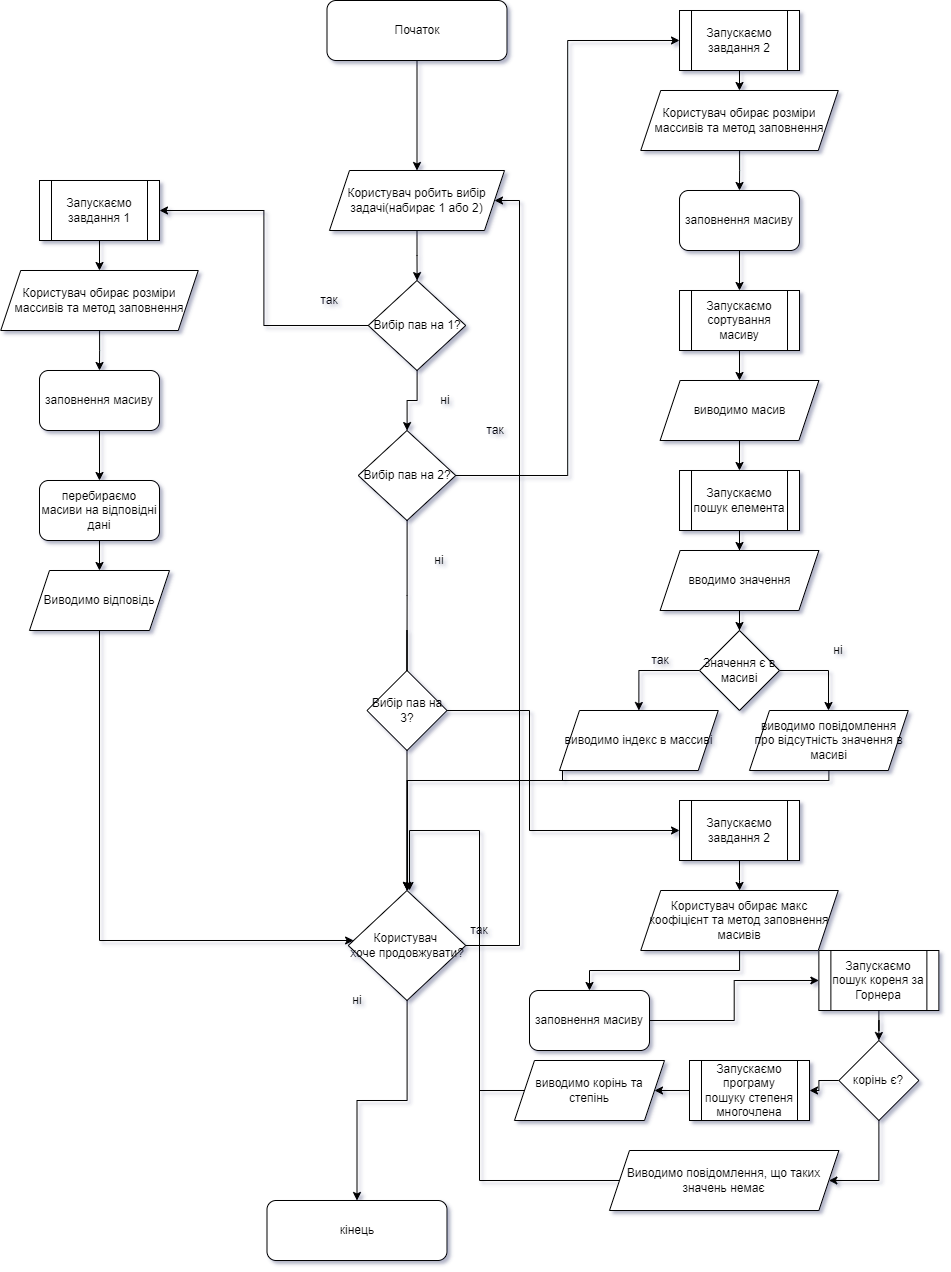
This is Lab7/Lab_img/sheme_lab2.png from FravinCustodianStudent/Op__hlobal, a draw.io export, as it was before one commit. Source tidied: cells renumbered, new cells last; positions are measured from the earlier drawing's top-left corner, leaving out a move shared by most shapes.
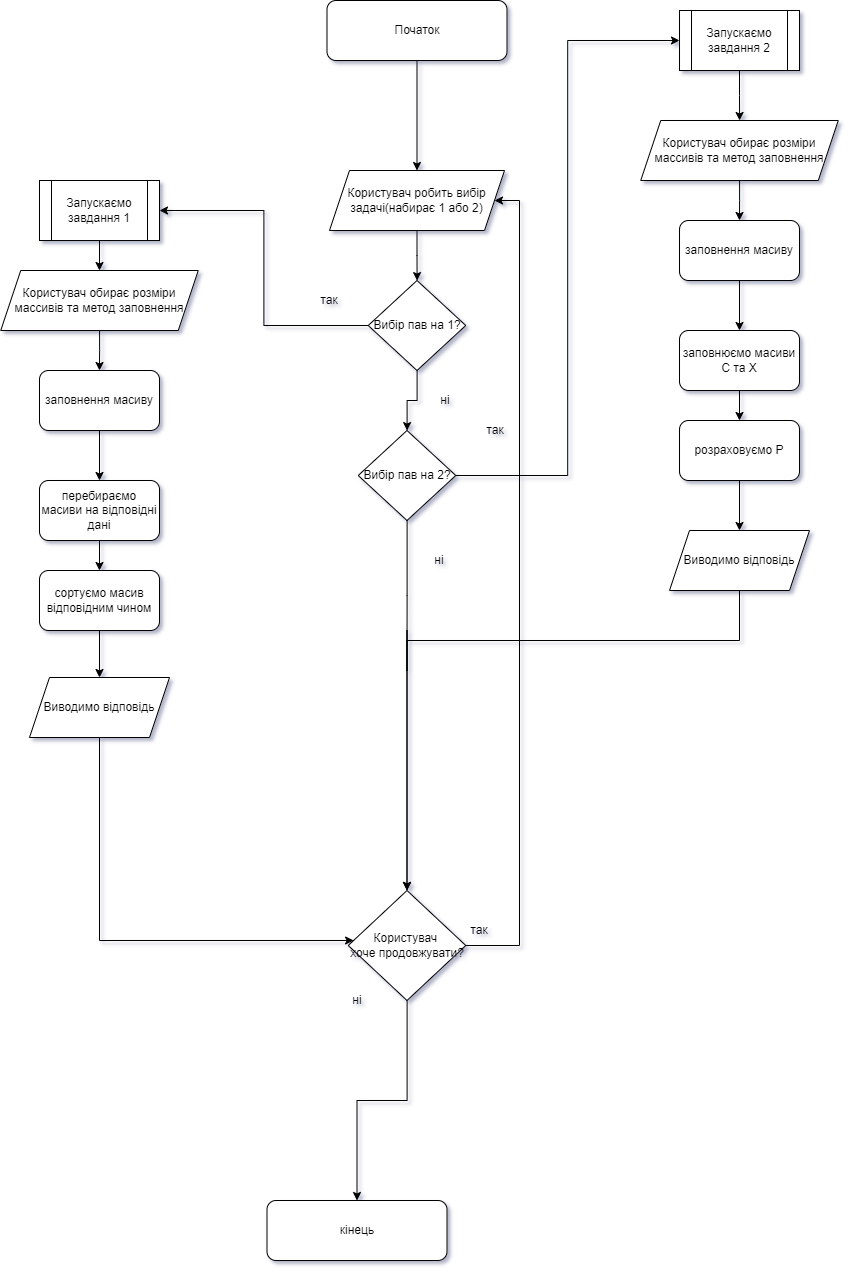
Later version of the same file.

Change to the diagram source:
```diff
@@ -35,8 +35,9 @@
     <mxCell id="12" value="Користувач обирає розміри массивів та метод заповнення" style="shape=parallelogram;perimeter=parallelogramPerimeter;whiteSpace=wrap;html=1;fixedSize=1;" parent="1" vertex="1">
       <mxGeometry x="0.2" y="270" width="197.5" height="60" as="geometry" />
     </mxCell>
-    <mxCell id="13" style="edgeStyle=orthogonalEdgeStyle;rounded=0;jettySize=auto;html=1;startArrow=none;" parent="1" edge="1" source="33" target="18">
+    <mxCell id="13" style="edgeStyle=orthogonalEdgeStyle;rounded=0;jettySize=auto;html=1;startArrow=none;" parent="1" edge="1" target="18">
       <mxGeometry relative="1" as="geometry">
+        <mxPoint x="406.5" y="670" as="sourcePoint" />
         <Array as="points">
           <mxPoint x="407" y="630" />
           <mxPoint x="407" y="630" />
@@ -84,9 +85,6 @@
     <mxCell id="25" value="ні" style="text;html=1;strokeColor=none;fillColor=none;align=center;verticalAlign=middle;whiteSpace=wrap;rounded=0;" parent="1" vertex="1">
       <mxGeometry x="425.2" y="390" width="40" height="20" as="geometry" />
     </mxCell>
-    <mxCell id="26" style="edgeStyle=orthogonalEdgeStyle;rounded=0;jettySize=auto;html=1;startArrow=none;" parent="1" edge="1" source="35" target="30">
-      <mxGeometry relative="1" as="geometry" />
-    </mxCell>
     <mxCell id="27" style="edgeStyle=orthogonalEdgeStyle;rounded=0;jettySize=auto;html=1;" parent="1" edge="1" source="28" target="35">
       <mxGeometry relative="1" as="geometry" />
     </mxCell>
@@ -101,7 +99,7 @@
       </mxGeometry>
     </mxCell>
     <mxCell id="30" value="Виводимо відповідь" style="shape=parallelogram;perimeter=parallelogramPerimeter;whiteSpace=wrap;html=1;fixedSize=1;" parent="1" vertex="1">
-      <mxGeometry x="29" y="570" width="140" height="60" as="geometry" />
+      <mxGeometry x="29" y="677" width="140" height="60" as="geometry" />
     </mxCell>
     <mxCell id="31" style="edgeStyle=orthogonalEdgeStyle;rounded=0;jettySize=auto;html=1;entryX=0.5;entryY=0;entryDx=0;entryDy=0;" parent="1" edge="1" source="x">
       <mxGeometry relative="1" as="geometry">
@@ -113,181 +111,63 @@
         </Array>
       </mxGeometry>
     </mxCell>
-    <mxCell id="32" style="edgeStyle=orthogonalEdgeStyle;rounded=0;jettySize=auto;html=1;" parent="1" edge="1" source="33" target="60">
-      <mxGeometry relative="1" as="geometry">
-        <Array as="points">
-          <mxPoint x="529" y="710" />
-          <mxPoint x="529" y="830" />
-        </Array>
-      </mxGeometry>
-    </mxCell>
-    <mxCell id="33" value="Вибір пав на 3?" style="rhombus;whiteSpace=wrap;html=1;" parent="1" vertex="1">
-      <mxGeometry x="366.5" y="670" width="80" height="80" as="geometry" />
-    </mxCell>
-    <mxCell id="34" style="edgeStyle=orthogonalEdgeStyle;rounded=0;jettySize=auto;html=1;endArrow=none;" parent="1" edge="1" source="15" target="33">
-      <mxGeometry relative="1" as="geometry" />
+    <mxCell id="34" style="edgeStyle=orthogonalEdgeStyle;rounded=0;jettySize=auto;html=1;endArrow=none;" parent="1" edge="1" source="15">
+      <mxGeometry relative="1" as="geometry">
+        <mxPoint x="406.5" y="670" as="targetPoint" />
+      </mxGeometry>
     </mxCell>
+    <mxCell id="76" style="edgeStyle=orthogonalEdgeStyle;rounded=0;jettySize=auto;html=1;endArrow=classic;endFill=1;" parent="1" edge="1" source="35" target="79">
+      <mxGeometry relative="1" as="geometry" />
+    </mxCell>
     <mxCell id="35" value="перебираємо масиви на відповідні дані" style="rounded=1;whiteSpace=wrap;html=1;" parent="1" vertex="1">
       <mxGeometry x="39" y="480" width="120" height="60" as="geometry" />
     </mxCell>
-    <mxCell id="36" style="edgeStyle=orthogonalEdgeStyle;rounded=0;jettySize=auto;html=1;" parent="1" edge="1" source="37">
-      <mxGeometry relative="1" as="geometry">
-        <mxPoint x="739.1" y="90" as="targetPoint" />
-      </mxGeometry>
-    </mxCell>
+    <mxCell id="77" style="edgeStyle=orthogonalEdgeStyle;rounded=0;jettySize=auto;html=1;endArrow=classic;endFill=1;" parent="1" edge="1" source="37" target="39">
+      <mxGeometry relative="1" as="geometry" />
+    </mxCell>
     <mxCell id="37" value="Запускаємо завдання 2" style="shape=process;whiteSpace=wrap;html=1;backgroundOutline=1;" parent="1" vertex="1">
       <mxGeometry x="679" y="10" width="120" height="60" as="geometry" />
     </mxCell>
-    <mxCell id="38" style="edgeStyle=orthogonalEdgeStyle;rounded=0;jettySize=auto;html=1;" parent="1" edge="1" target="41">
-      <mxGeometry relative="1" as="geometry">
-        <mxPoint x="739.1" y="150" as="sourcePoint" />
-      </mxGeometry>
-    </mxCell>
+    <mxCell id="78" style="edgeStyle=orthogonalEdgeStyle;rounded=0;jettySize=auto;html=1;endArrow=classic;endFill=1;" parent="1" edge="1" source="79" target="30">
+      <mxGeometry relative="1" as="geometry" />
+    </mxCell>
+    <mxCell id="79" value="сортуємо масив відповідним чином" style="rounded=1;whiteSpace=wrap;html=1;" parent="1" vertex="1">
+      <mxGeometry x="39" y="570" width="120" height="60" as="geometry" />
+    </mxCell>
+    <mxCell id="80" style="edgeStyle=orthogonalEdgeStyle;rounded=0;jettySize=auto;html=1;endArrow=classic;endFill=1;" parent="1" edge="1" source="39" target="82">
+      <mxGeometry relative="1" as="geometry" />
+    </mxCell>
     <mxCell id="39" value="Користувач обирає розміри массивів та метод заповнення" style="shape=parallelogram;perimeter=parallelogramPerimeter;whiteSpace=wrap;html=1;fixedSize=1;" parent="1" vertex="1">
-      <mxGeometry x="640.3" y="90" width="197.5" height="60" as="geometry" />
+      <mxGeometry x="640.3" y="120" width="197.5" height="60" as="geometry" />
     </mxCell>
-    <mxCell id="40" style="edgeStyle=orthogonalEdgeStyle;rounded=0;jettySize=auto;html=1;" parent="1" edge="1" source="41" target="43">
-      <mxGeometry relative="1" as="geometry" />
-    </mxCell>
-    <mxCell id="41" value="заповнення масиву" style="rounded=1;whiteSpace=wrap;html=1;" parent="1" vertex="1">
-      <mxGeometry x="679" y="190" width="120" height="60" as="geometry" />
-    </mxCell>
-    <mxCell id="42" style="edgeStyle=orthogonalEdgeStyle;rounded=0;jettySize=auto;html=1;" parent="1" edge="1" source="43">
-      <mxGeometry relative="1" as="geometry">
-        <mxPoint x="739" y="380" as="targetPoint" />
-      </mxGeometry>
-    </mxCell>
-    <mxCell id="43" value="Запускаємо сортування масиву" style="shape=process;whiteSpace=wrap;html=1;backgroundOutline=1;" parent="1" vertex="1">
-      <mxGeometry x="679" y="290" width="120" height="60" as="geometry" />
-    </mxCell>
-    <mxCell id="44" style="edgeStyle=orthogonalEdgeStyle;rounded=0;jettySize=auto;html=1;" parent="1" edge="1" target="47">
-      <mxGeometry relative="1" as="geometry">
-        <mxPoint x="739" y="440" as="sourcePoint" />
-      </mxGeometry>
-    </mxCell>
-    <mxCell id="45" value="виводимо масив" style="shape=parallelogram;perimeter=parallelogramPerimeter;whiteSpace=wrap;html=1;fixedSize=1;" parent="1" vertex="1">
-      <mxGeometry x="659.6" y="380" width="158.8" height="60" as="geometry" />
-    </mxCell>
-    <mxCell id="46" style="edgeStyle=orthogonalEdgeStyle;rounded=0;jettySize=auto;html=1;" parent="1" edge="1" source="47" target="49">
-      <mxGeometry relative="1" as="geometry" />
-    </mxCell>
-    <mxCell id="47" value="Запускаємо пошук елемента" style="shape=process;whiteSpace=wrap;html=1;backgroundOutline=1;" parent="1" vertex="1">
-      <mxGeometry x="679" y="470" width="120" height="60" as="geometry" />
-    </mxCell>
-    <mxCell id="48" style="edgeStyle=orthogonalEdgeStyle;rounded=0;jettySize=auto;html=1;" parent="1" edge="1" source="49" target="52">
-      <mxGeometry relative="1" as="geometry" />
-    </mxCell>
-    <mxCell id="49" value="вводимо значення" style="shape=parallelogram;perimeter=parallelogramPerimeter;whiteSpace=wrap;html=1;fixedSize=1;" parent="1" vertex="1">
-      <mxGeometry x="659.6" y="550" width="158.8" height="60" as="geometry" />
-    </mxCell>
-    <mxCell id="50" style="edgeStyle=orthogonalEdgeStyle;rounded=0;jettySize=auto;html=1;entryX=0.5;entryY=0;entryDx=0;entryDy=0;" parent="1" edge="1" source="52" target="54">
-      <mxGeometry relative="1" as="geometry">
-        <Array as="points">
-          <mxPoint x="638" y="670" />
-        </Array>
-      </mxGeometry>
-    </mxCell>
-    <mxCell id="51" style="edgeStyle=orthogonalEdgeStyle;rounded=0;jettySize=auto;html=1;" parent="1" edge="1" source="52" target="56">
-      <mxGeometry relative="1" as="geometry">
-        <Array as="points">
-          <mxPoint x="828" y="670" />
-        </Array>
-      </mxGeometry>
-    </mxCell>
-    <mxCell id="52" value="Значення є в масиві" style="rhombus;whiteSpace=wrap;html=1;" parent="1" vertex="1">
-      <mxGeometry x="699" y="630" width="80" height="80" as="geometry" />
-    </mxCell>
-    <mxCell id="53" style="edgeStyle=orthogonalEdgeStyle;rounded=0;jettySize=auto;html=1;entryX=0.5;entryY=0;entryDx=0;entryDy=0;" parent="1" edge="1" target="18">
-      <mxGeometry relative="1" as="geometry">
-        <mxPoint x="562" y="760" as="sourcePoint" />
-        <Array as="points">
-          <mxPoint x="562" y="780" />
-          <mxPoint x="407" y="780" />
-        </Array>
-      </mxGeometry>
-    </mxCell>
-    <mxCell id="54" value="виводимо індекс в массиві" style="shape=parallelogram;perimeter=parallelogramPerimeter;whiteSpace=wrap;html=1;fixedSize=1;" parent="1" vertex="1">
-      <mxGeometry x="559" y="710" width="158.8" height="60" as="geometry" />
-    </mxCell>
-    <mxCell id="55" style="edgeStyle=orthogonalEdgeStyle;rounded=0;jettySize=auto;html=1;" parent="1" edge="1" source="56" target="18">
-      <mxGeometry relative="1" as="geometry">
-        <Array as="points">
-          <mxPoint x="828" y="780" />
-          <mxPoint x="407" y="780" />
-        </Array>
-      </mxGeometry>
-    </mxCell>
-    <mxCell id="56" value="виводимо повідомлення про відсутність значення в масиві" style="shape=parallelogram;perimeter=parallelogramPerimeter;whiteSpace=wrap;html=1;fixedSize=1;" parent="1" vertex="1">
-      <mxGeometry x="749" y="710" width="158.8" height="60" as="geometry" />
-    </mxCell>
-    <mxCell id="57" value="так" style="text;html=1;strokeColor=none;fillColor=none;align=center;verticalAlign=middle;whiteSpace=wrap;rounded=0;" parent="1" vertex="1">
-      <mxGeometry x="640.3" y="650" width="40" height="20" as="geometry" />
-    </mxCell>
-    <mxCell id="58" value="ні" style="text;html=1;strokeColor=none;fillColor=none;align=center;verticalAlign=middle;whiteSpace=wrap;rounded=0;" parent="1" vertex="1">
-      <mxGeometry x="818.4" y="640" width="40" height="20" as="geometry" />
-    </mxCell>
-    <mxCell id="59" style="edgeStyle=orthogonalEdgeStyle;rounded=0;jettySize=auto;html=1;" parent="1" edge="1" source="60" target="62">
-      <mxGeometry relative="1" as="geometry" />
-    </mxCell>
-    <mxCell id="60" value="Запускаємо завдання 2" style="shape=process;whiteSpace=wrap;html=1;backgroundOutline=1;" parent="1" vertex="1">
-      <mxGeometry x="679" y="800" width="120" height="60" as="geometry" />
-    </mxCell>
-    <mxCell id="61" style="edgeStyle=orthogonalEdgeStyle;rounded=0;jettySize=auto;html=1;" parent="1" edge="1" source="62" target="64">
-      <mxGeometry relative="1" as="geometry" />
-    </mxCell>
-    <mxCell id="62" value="Користувач обирає макс коофіцієнт та метод заповнення масивів" style="shape=parallelogram;perimeter=parallelogramPerimeter;whiteSpace=wrap;html=1;fixedSize=1;" parent="1" vertex="1">
-      <mxGeometry x="640.3" y="890" width="197.5" height="60" as="geometry" />
-    </mxCell>
-    <mxCell id="63" style="edgeStyle=orthogonalEdgeStyle;rounded=0;jettySize=auto;html=1;entryX=0;entryY=0.5;entryDx=0;entryDy=0;" parent="1" edge="1" source="64" target="66">
-      <mxGeometry relative="1" as="geometry" />
-    </mxCell>
-    <mxCell id="64" value="заповнення масиву" style="rounded=1;whiteSpace=wrap;html=1;" parent="1" vertex="1">
-      <mxGeometry x="529" y="990" width="120" height="60" as="geometry" />
-    </mxCell>
-    <mxCell id="65" style="edgeStyle=orthogonalEdgeStyle;rounded=0;jettySize=auto;html=1;" parent="1" edge="1" source="66" target="69">
-      <mxGeometry relative="1" as="geometry" />
-    </mxCell>
-    <mxCell id="66" value="Запускаємо пошук кореня за Горнера" style="shape=process;whiteSpace=wrap;html=1;backgroundOutline=1;" parent="1" vertex="1">
-      <mxGeometry x="818.4" y="950" width="120" height="60" as="geometry" />
-    </mxCell>
-    <mxCell id="67" style="edgeStyle=orthogonalEdgeStyle;rounded=0;jettySize=auto;html=1;" parent="1" edge="1" source="69" target="71">
-      <mxGeometry relative="1" as="geometry" />
-    </mxCell>
-    <mxCell id="68" style="edgeStyle=orthogonalEdgeStyle;rounded=0;jettySize=auto;html=1;entryX=1;entryY=0.5;entryDx=0;entryDy=0;" parent="1" edge="1" source="69" target="73">
-      <mxGeometry relative="1" as="geometry">
-        <Array as="points">
-          <mxPoint x="878" y="1180" />
-        </Array>
-      </mxGeometry>
-    </mxCell>
-    <mxCell id="69" value="корінь є?" style="rhombus;whiteSpace=wrap;html=1;" parent="1" vertex="1">
-      <mxGeometry x="838.4" y="1040" width="80" height="80" as="geometry" />
-    </mxCell>
-    <mxCell id="70" style="edgeStyle=orthogonalEdgeStyle;rounded=0;jettySize=auto;html=1;" parent="1" edge="1" source="71" target="75">
-      <mxGeometry relative="1" as="geometry" />
-    </mxCell>
-    <mxCell id="71" value="Запускаємо програму пошуку степеня многочлена" style="shape=process;whiteSpace=wrap;html=1;backgroundOutline=1;" parent="1" vertex="1">
-      <mxGeometry x="689" y="1060" width="120" height="60" as="geometry" />
-    </mxCell>
-    <mxCell id="72" style="edgeStyle=orthogonalEdgeStyle;rounded=0;jettySize=auto;html=1;" parent="1" edge="1" source="73">
-      <mxGeometry relative="1" as="geometry">
-        <mxPoint x="409" y="890" as="targetPoint" />
-        <Array as="points">
-          <mxPoint x="479" y="1180" />
-          <mxPoint x="479" y="830" />
-        </Array>
-      </mxGeometry>
-    </mxCell>
-    <mxCell id="73" value="Виводимо повідомлення, що таких значень немає" style="shape=parallelogram;perimeter=parallelogramPerimeter;whiteSpace=wrap;html=1;fixedSize=1;" parent="1" vertex="1">
-      <mxGeometry x="609" y="1150" width="229.4" height="60" as="geometry" />
-    </mxCell>
-    <mxCell id="74" style="edgeStyle=orthogonalEdgeStyle;rounded=0;jettySize=auto;html=1;endArrow=none;endFill=0;" parent="1" edge="1" source="75">
-      <mxGeometry relative="1" as="geometry">
-        <mxPoint x="479" y="1090" as="targetPoint" />
-      </mxGeometry>
-    </mxCell>
-    <mxCell id="75" value="виводимо корінь та степінь" style="shape=parallelogram;perimeter=parallelogramPerimeter;whiteSpace=wrap;html=1;fixedSize=1;" parent="1" vertex="1">
-      <mxGeometry x="514" y="1060" width="150" height="60" as="geometry" />
-    </mxCell>
+    <mxCell id="81" style="edgeStyle=orthogonalEdgeStyle;rounded=0;jettySize=auto;html=1;endArrow=classic;endFill=1;" parent="1" edge="1" source="82" target="84">
+      <mxGeometry relative="1" as="geometry" />
+    </mxCell>
+    <mxCell id="82" value="заповнення масиву" style="rounded=1;whiteSpace=wrap;html=1;" parent="1" vertex="1">
+      <mxGeometry x="679" y="220" width="120" height="60" as="geometry" />
+    </mxCell>
+    <mxCell id="83" style="edgeStyle=orthogonalEdgeStyle;rounded=0;jettySize=auto;html=1;endArrow=classic;endFill=1;" parent="1" edge="1" source="84" target="86">
+      <mxGeometry relative="1" as="geometry" />
+    </mxCell>
+    <mxCell id="84" value="заповнюємо масиви C та X" style="rounded=1;whiteSpace=wrap;html=1;" parent="1" vertex="1">
+      <mxGeometry x="679" y="330" width="120" height="60" as="geometry" />
+    </mxCell>
+    <mxCell id="85" style="edgeStyle=orthogonalEdgeStyle;rounded=0;jettySize=auto;html=1;endArrow=classic;endFill=1;" parent="1" edge="1" source="86" target="88">
+      <mxGeometry relative="1" as="geometry" />
+    </mxCell>
+    <mxCell id="86" value="розраховуємо P" style="rounded=1;whiteSpace=wrap;html=1;" parent="1" vertex="1">
+      <mxGeometry x="679" y="420" width="120" height="60" as="geometry" />
+    </mxCell>
+    <mxCell id="87" style="edgeStyle=orthogonalEdgeStyle;rounded=0;jettySize=auto;html=1;entryX=0.5;entryY=0;entryDx=0;entryDy=0;endArrow=classic;endFill=1;" parent="1" edge="1" source="88" target="18">
+      <mxGeometry relative="1" as="geometry">
+        <Array as="points">
+          <mxPoint x="739" y="640" />
+          <mxPoint x="407" y="640" />
+        </Array>
+      </mxGeometry>
+    </mxCell>
+    <mxCell id="88" value="Виводимо відповідь" style="shape=parallelogram;perimeter=parallelogramPerimeter;whiteSpace=wrap;html=1;fixedSize=1;" parent="1" vertex="1">
+      <mxGeometry x="669" y="530" width="140" height="60" as="geometry" />
+    </mxCell>
   </root>
 </mxGraphModel>
```
